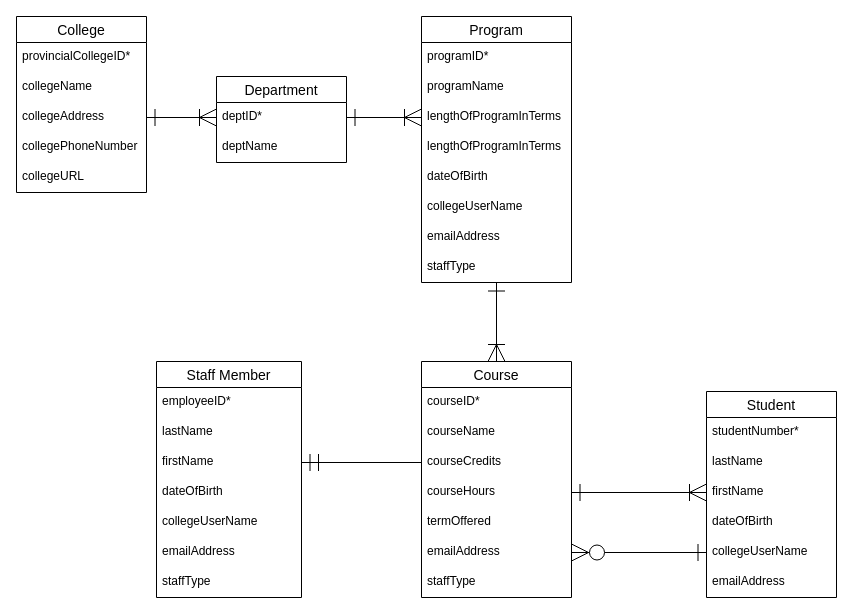
The draw.io diagram Untitled Diagram.drawio in paige71/Draw.io, before the edit. Source tidied: cells renumbered, new cells numbered last; positions are measured from the earlier drawing's top-left corner, leaving out a move shared by most shapes. Both pictures are drawn from the tidied source at 100%, with x=0, y=0 at pixel (16, 16).
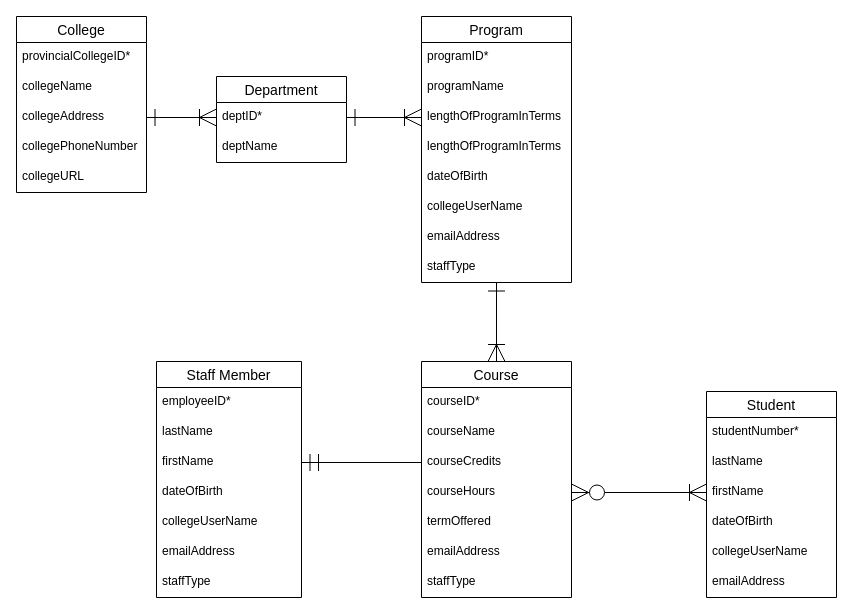
After the change.

Unchanged cells that the change refers to:
```xml
<mxCell id="22" value="firstName&#10;" style="text;strokeColor=none;fillColor=none;spacingLeft=4;spacingRight=4;overflow=hidden;points=[[0,0.5],[1,0.5]];portConstraint=eastwest;fontSize=12;" parent="19" vertex="1">
  <mxGeometry y="86" width="130" height="30" as="geometry" />
</mxCell>
<mxCell id="24" value="collegeUserName&#10;" style="text;strokeColor=none;fillColor=none;spacingLeft=4;spacingRight=4;overflow=hidden;points=[[0,0.5],[1,0.5]];portConstraint=eastwest;fontSize=12;" parent="19" vertex="1">
  <mxGeometry y="146" width="130" height="30" as="geometry" />
</mxCell>
<mxCell id="40" value="courseHours&#10;" style="text;strokeColor=none;fillColor=none;spacingLeft=4;spacingRight=4;overflow=hidden;points=[[0,0.5],[1,0.5]];portConstraint=eastwest;fontSize=12;" parent="36" vertex="1">
  <mxGeometry y="116" width="150" height="30" as="geometry" />
</mxCell>
<mxCell id="42" value="emailAddress&#10;" style="text;strokeColor=none;fillColor=none;spacingLeft=4;spacingRight=4;overflow=hidden;points=[[0,0.5],[1,0.5]];portConstraint=eastwest;fontSize=12;" parent="36" vertex="1">
  <mxGeometry y="176" width="150" height="30" as="geometry" />
</mxCell>
```

The edit, as a diff of the source:
```diff
@@
-    <mxCell id="47" style="edgeStyle=orthogonalEdgeStyle;rounded=0;jettySize=auto;html=1;exitX=1;exitY=0.5;exitDx=0;exitDy=0;entryX=0;entryY=0.5;entryDx=0;entryDy=0;fontSize=14;startArrow=ERone;startFill=0;endArrow=ERoneToMany;endFill=0;startSize=15;endSize=15;strokeWidth=1;" parent="1" edge="1" source="40" target="22">
+    <mxCell id="47" style="edgeStyle=orthogonalEdgeStyle;rounded=0;jettySize=auto;html=1;exitX=1;exitY=0.5;exitDx=0;exitDy=0;entryX=0;entryY=0.5;entryDx=0;entryDy=0;fontSize=14;startArrow=ERzeroToMany;startFill=1;endArrow=ERoneToMany;endFill=0;startSize=15;endSize=15;strokeWidth=1;" parent="1" edge="1" source="40" target="22">
       <mxGeometry relative="1" as="geometry" />
     </mxCell>
-    <mxCell id="48" style="edgeStyle=orthogonalEdgeStyle;rounded=0;jettySize=auto;html=1;exitX=0;exitY=0.5;exitDx=0;exitDy=0;entryX=1;entryY=0.5;entryDx=0;entryDy=0;fontSize=14;startArrow=ERone;startFill=0;endArrow=ERzeroToMany;endFill=1;startSize=15;endSize=15;strokeWidth=1;" parent="1" edge="1" source="24" target="42">
-      <mxGeometry relative="1" as="geometry" />
-    </mxCell>
```
